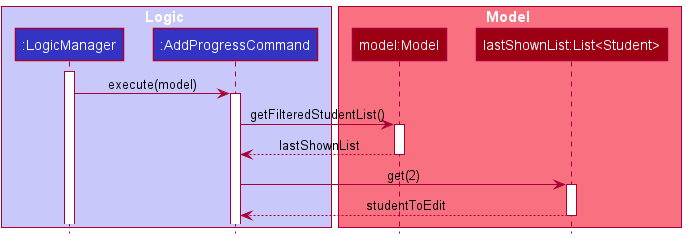
Earlier version of the PlantUML export docs/images/GetStudentToAddProgressSequenceDiagram.png (nus-cs2103-AY2122S1/tp). Its diagram source:
```plantuml
@startuml
!include style.puml

box Logic LOGIC_COLOR_T1
participant ":LogicManager" as LogicManager LOGIC_COLOR
participant ":AddProgressCommand" as AddProgressCommand LOGIC_COLOR
end box

box Model MODEL_COLOR_T1
participant "model:Model" as Model MODEL_COLOR
participant "lastShownList:List<Student>" as List MODEL_COLOR
end box

activate LogicManager

LogicManager -> AddProgressCommand : execute(model)
activate AddProgressCommand

AddProgressCommand -> Model : getFilteredStudentList()
activate Model

Model --> AddProgressCommand : lastShownList
deactivate Model

AddProgressCommand -> List : get(2)
activate List

List --> AddProgressCommand : studentToEdit
deactivate List
@enduml
```
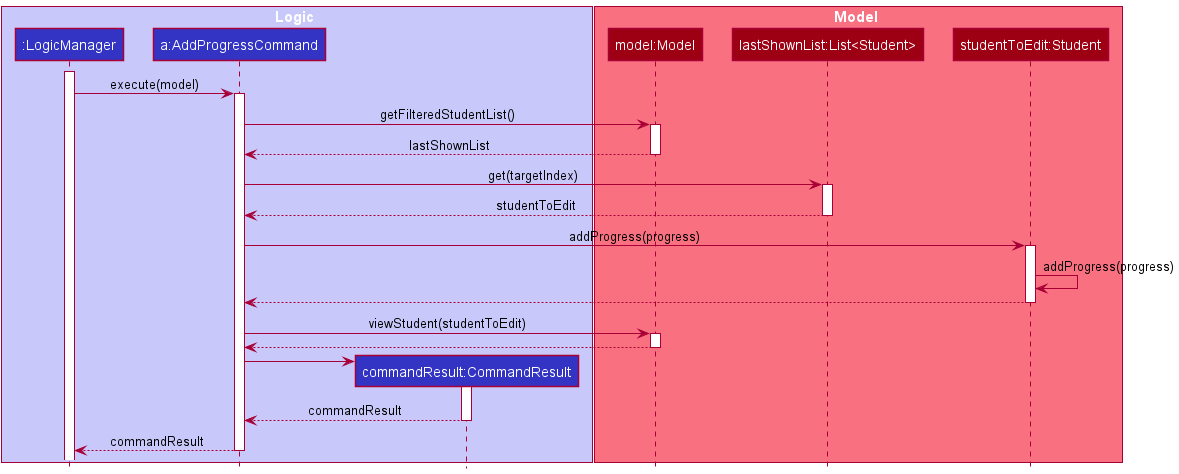
The same file after the commit.

Commit message:
DG edit v2 (possible final progress update)

The edit, as a diff of the source:
```diff
@@ -3,12 +3,14 @@
 
 box Logic LOGIC_COLOR_T1
 participant ":LogicManager" as LogicManager LOGIC_COLOR
-participant ":AddProgressCommand" as AddProgressCommand LOGIC_COLOR
+participant "a:AddProgressCommand" as AddProgressCommand LOGIC_COLOR
+participant "commandResult:CommandResult" as CommandResult LOGIC_COLOR
 end box
 
 box Model MODEL_COLOR_T1
 participant "model:Model" as Model MODEL_COLOR
 participant "lastShownList:List<Student>" as List MODEL_COLOR
+participant "studentToEdit:Student" as Student MODEL_COLOR
 end box
 
 activate LogicManager
@@ -22,9 +24,32 @@
 Model --> AddProgressCommand : lastShownList
 deactivate Model
 
-AddProgressCommand -> List : get(2)
+AddProgressCommand -> List : get(targetIndex)
 activate List
 
 List --> AddProgressCommand : studentToEdit
 deactivate List
+
+AddProgressCommand -> Student : addProgress(progress)
+activate Student
+
+Student -> Student : addProgress(progress)
+Student --> AddProgressCommand
+deactivate Student
+
+AddProgressCommand -> Model : viewStudent(studentToEdit)
+activate Model
+
+Model --> AddProgressCommand
+deactivate Model
+
+create CommandResult
+AddProgressCommand -> CommandResult
+activate CommandResult
+
+CommandResult --> AddProgressCommand : commandResult
+deactivate CommandResult
+
+LogicManager <-- AddProgressCommand : commandResult
+deactivate AddProgressCommand
 @enduml
```
